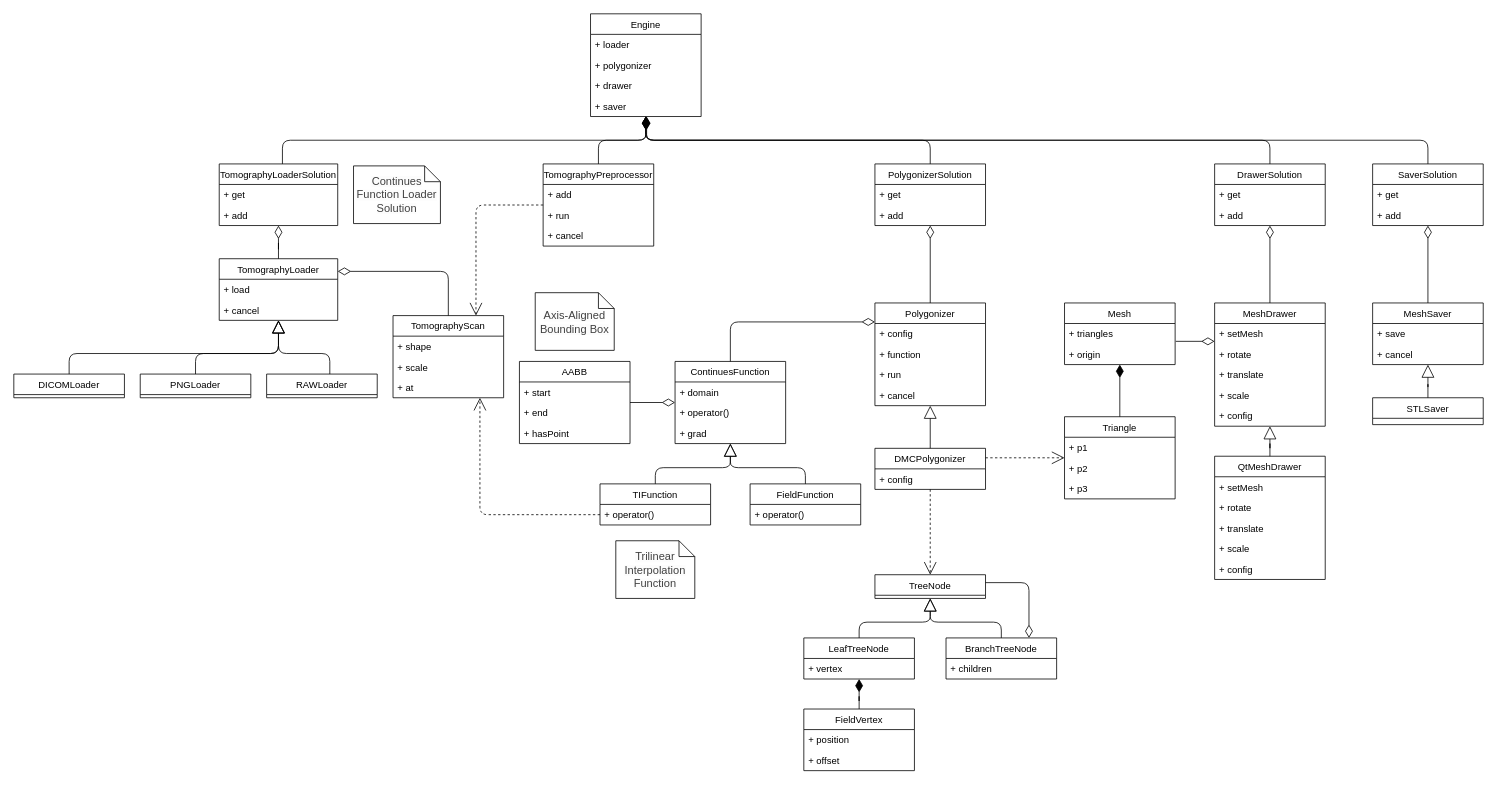
Before: uml.drawio in maxhha/bmstu-iu7-cg-cp, a draw.io diagram. Source tidied: cells renumbered, new cells numbered last; positions are measured from the earlier drawing's top-left corner, leaving out a move shared by most shapes. Both pictures are drawn from the tidied source at 79%, with x=0, y=0 at pixel (13, 13).
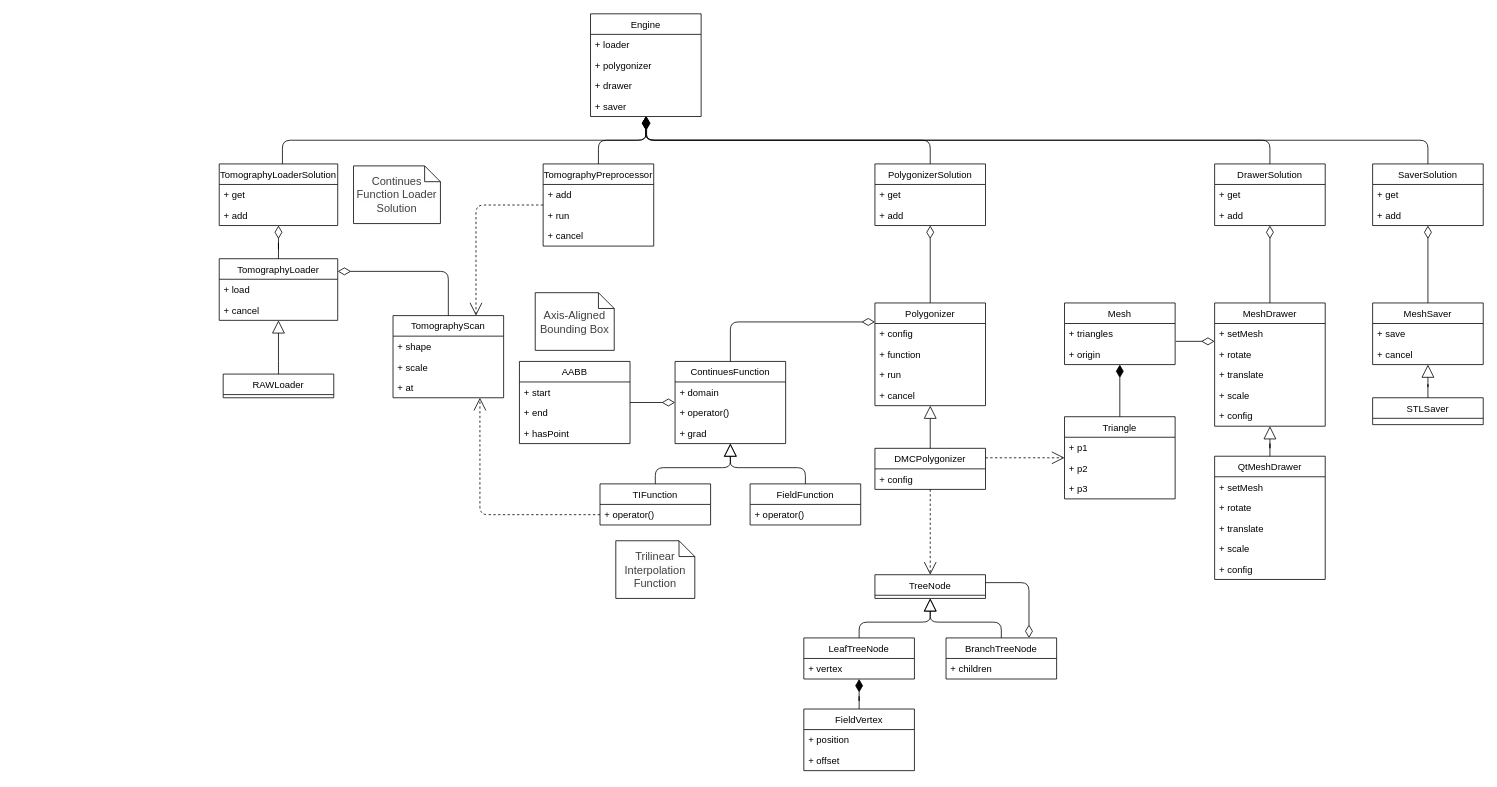
The same diagram, later.

The change refers to these unchanged cells:
```xml
<mxCell id="2" value="TomographyLoader" style="swimlane;fontStyle=0;horizontal=1;startSize=26;fillColor=none;" parent="1" vertex="1">
  <mxGeometry x="260" y="310" width="150" height="78" as="geometry" />
</mxCell>
```

What changed in the source:
```diff
@@
     <mxCell id="96" style="edgeStyle=orthogonalEdgeStyle;rounded=1;jettySize=auto;html=1;endArrow=block;endFill=0;startSize=14;endSize=14;" parent="1" edge="1" source="97" target="2">
       <mxGeometry relative="1" as="geometry">
         <Array as="points">
-          <mxPoint x="400" y="430" />
-          <mxPoint x="335" y="430" />
+          <mxPoint x="335" y="450" />
+          <mxPoint x="335" y="450" />
         </Array>
       </mxGeometry>
     </mxCell>
     <mxCell id="97" value="RAWLoader" style="swimlane;fontStyle=0;horizontal=1;startSize=26;fillColor=none;" parent="1" vertex="1">
-      <mxGeometry x="320" y="456" width="140" height="30" as="geometry" />
+      <mxGeometry x="265" y="456" width="140" height="30" as="geometry" />
     </mxCell>
-    <mxCell id="98" style="edgeStyle=orthogonalEdgeStyle;rounded=1;jettySize=auto;html=1;endArrow=block;endFill=0;startSize=14;endSize=14;" parent="1" edge="1" source="99" target="2">
-      <mxGeometry relative="1" as="geometry">
-        <Array as="points">
-          <mxPoint x="230" y="430" />
-          <mxPoint x="335" y="430" />
-        </Array>
-      </mxGeometry>
-    </mxCell>
-    <mxCell id="99" value="PNGLoader" style="swimlane;fontStyle=0;horizontal=1;startSize=26;fillColor=none;" parent="1" vertex="1">
-      <mxGeometry x="160" y="456" width="140" height="30" as="geometry" />
-    </mxCell>
-    <mxCell id="100" style="edgeStyle=orthogonalEdgeStyle;rounded=1;jettySize=auto;html=1;endArrow=block;endFill=0;startSize=14;endSize=14;" parent="1" edge="1" source="101" target="2">
-      <mxGeometry relative="1" as="geometry">
-        <Array as="points">
-          <mxPoint x="70" y="430" />
-          <mxPoint x="335" y="430" />
-        </Array>
-      </mxGeometry>
-    </mxCell>
-    <mxCell id="101" value="DICOMLoader" style="swimlane;fontStyle=0;horizontal=1;startSize=26;fillColor=none;" parent="1" vertex="1">
-      <mxGeometry y="456" width="140" height="30" as="geometry" />
-    </mxCell>
```
